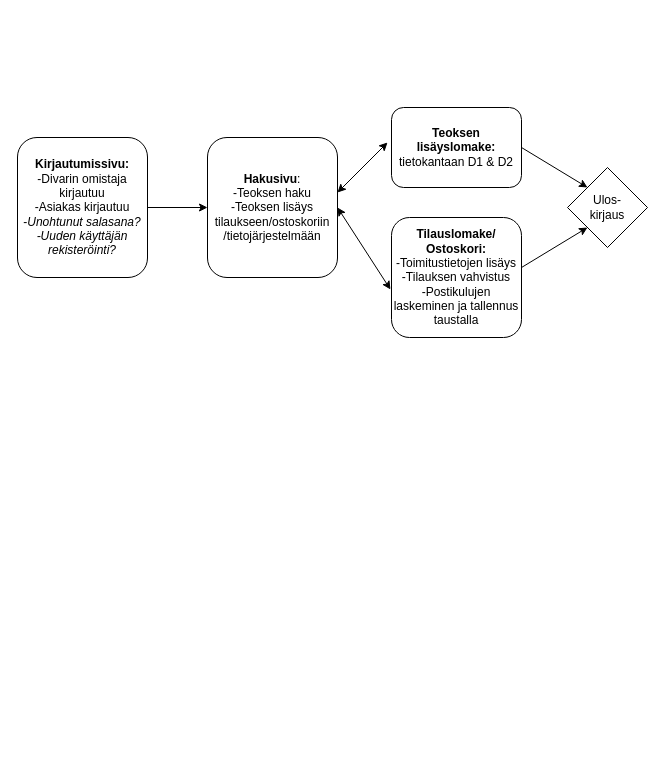
Above: nakymakaavio.drawio in Koozu1/tietokantaohjelmointi (draw.io), before the change. Source tidied: cells renumbered, new cells numbered last; positions are measured from the earlier drawing's top-left corner, leaving out a move shared by most shapes. Both pictures are drawn from the tidied source at 100%, with x=0, y=0 at pixel (17, 17).
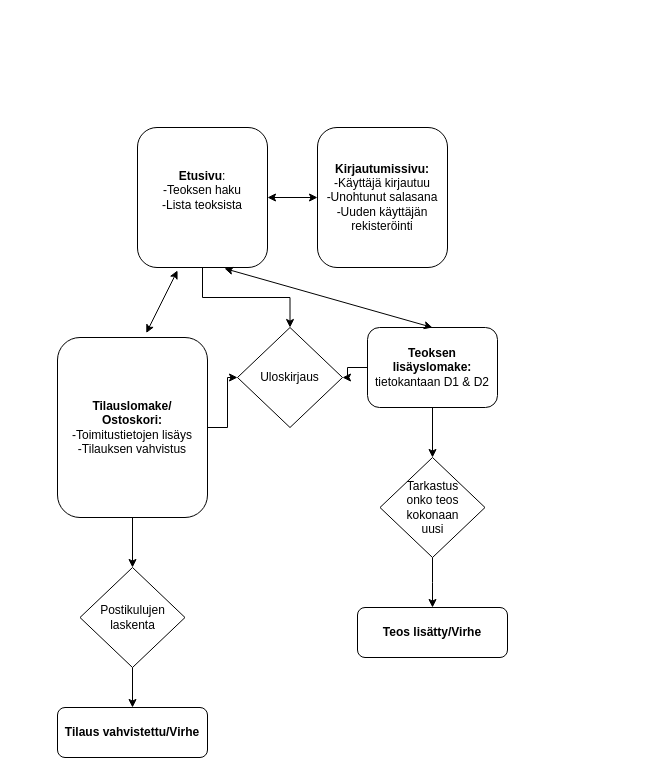
The same diagram, later.

Commit message (it also covers changes not shown here):
Näkymäkaavion päivitykset

The edit, as a diff of the source:
```diff
@@
-    <mxCell id="2" style="edgeStyle=orthogonalEdgeStyle;rounded=0;jettySize=auto;html=1;" parent="1" edge="1" source="3" target="4">
-      <mxGeometry relative="1" as="geometry" />
-    </mxCell>
-    <mxCell id="3" value="&lt;b&gt;Kirjautumissivu:&lt;/b&gt;&lt;div&gt;-Divarin omistaja kirjautuu&lt;/div&gt;&lt;div&gt;-Asiakas kirjautuu&lt;/div&gt;&lt;div&gt;-&lt;i&gt;Unohtunut salasana?&lt;/i&gt;&lt;/div&gt;&lt;div&gt;&lt;i&gt;-Uuden käyttäjän rekisteröinti?&lt;/i&gt;&lt;/div&gt;" style="rounded=1;whiteSpace=wrap;html=1;" parent="1" vertex="1">
-      <mxGeometry y="120" width="130" height="140" as="geometry" />
+    <mxCell id="3" value="&lt;b&gt;Kirjautumissivu:&lt;/b&gt;&lt;div&gt;&lt;span style=&quot;background-color: transparent; color: light-dark(rgb(0, 0, 0), rgb(255, 255, 255));&quot;&gt;-Käyttäjä kirjautuu&lt;/span&gt;&lt;/div&gt;&lt;div&gt;-Unohtunut salasana&lt;/div&gt;&lt;div&gt;-Uuden käyttäjän rekisteröinti&lt;/div&gt;" style="rounded=1;whiteSpace=wrap;html=1;" parent="1" vertex="1">
+      <mxGeometry x="300" y="110" width="130" height="140" as="geometry" />
     </mxCell>
+    <mxCell id="13" style="edgeStyle=orthogonalEdgeStyle;rounded=0;jettySize=auto;html=1;" parent="1" edge="1" source="4" target="26">
+      <mxGeometry relative="1" as="geometry" />
+    </mxCell>
-    <mxCell id="4" value="&lt;b&gt;Hakusivu&lt;/b&gt;:&lt;div&gt;-Teoksen haku&lt;/div&gt;&lt;div&gt;-Teoksen lisäys tilaukseen/ostoskoriin&lt;/div&gt;&lt;div&gt;/tietojärjestelmään&lt;/div&gt;" style="rounded=1;whiteSpace=wrap;html=1;" parent="1" vertex="1">
-      <mxGeometry x="190" y="120" width="130" height="140" as="geometry" />
+    <mxCell id="4" value="&lt;b&gt;Etusivu&lt;/b&gt;:&lt;div&gt;-Teoksen haku&lt;/div&gt;&lt;div&gt;-Lista teoksista&lt;/div&gt;&lt;div&gt;&lt;br&gt;&lt;/div&gt;" style="rounded=1;whiteSpace=wrap;html=1;" parent="1" vertex="1">
+      <mxGeometry x="120" y="110" width="130" height="140" as="geometry" />
     </mxCell>
+    <mxCell id="14" style="edgeStyle=orthogonalEdgeStyle;rounded=0;jettySize=auto;html=1;" parent="1" edge="1" source="5" target="22">
+      <mxGeometry relative="1" as="geometry" />
+    </mxCell>
-    <mxCell id="5" value="Ulos-&lt;div&gt;kirjaus&lt;/div&gt;" style="rhombus;whiteSpace=wrap;html=1;" parent="1" vertex="1">
-      <mxGeometry x="550" y="150" width="80" height="80" as="geometry" />
+    <mxCell id="5" value="Postikulujen laskenta" style="rhombus;whiteSpace=wrap;html=1;" parent="1" vertex="1">
+      <mxGeometry x="62.5" y="550" width="105" height="100" as="geometry" />
     </mxCell>
-    <mxCell id="6" style="group;" parent="1" vertex="1">
-      <mxGeometry x="374" width="140" height="320" as="geometry" />
-    </mxCell>
+    <mxCell id="15" style="edgeStyle=orthogonalEdgeStyle;rounded=0;jettySize=auto;html=1;" parent="1" edge="1" source="7" target="5">
+      <mxGeometry relative="1" as="geometry" />
+    </mxCell>
+    <mxCell id="16" style="edgeStyle=orthogonalEdgeStyle;rounded=0;jettySize=auto;html=1;" parent="1" edge="1" source="7" target="26">
+      <mxGeometry relative="1" as="geometry" />
+    </mxCell>
-    <mxCell id="7" value="&lt;b&gt;Tilauslomake/&lt;/b&gt;&lt;div&gt;&lt;b&gt;Ostoskori:&lt;/b&gt;&lt;/div&gt;&lt;div&gt;-Toimitustietojen lisäys&lt;/div&gt;&lt;div&gt;-Tilauksen vahvistus&lt;/div&gt;&lt;div&gt;-Postikulujen laskeminen ja tallennus taustalla&lt;/div&gt;" style="rounded=1;whiteSpace=wrap;html=1;" parent="6" vertex="1">
-      <mxGeometry y="200" width="130" height="120" as="geometry" />
+    <mxCell id="7" value="&lt;b&gt;Tilauslomake/&lt;/b&gt;&lt;div&gt;&lt;b&gt;Ostoskori:&lt;/b&gt;&lt;/div&gt;&lt;div&gt;-Toimitustietojen lisäys&lt;/div&gt;&lt;div&gt;-Tilauksen vahvistus&lt;/div&gt;" style="rounded=1;whiteSpace=wrap;html=1;" parent="1" vertex="1">
+      <mxGeometry x="40" y="320" width="150" height="180" as="geometry" />
     </mxCell>
+    <mxCell id="17" style="edgeStyle=orthogonalEdgeStyle;rounded=0;jettySize=auto;html=1;" parent="1" edge="1" source="8" target="24">
+      <mxGeometry relative="1" as="geometry" />
+    </mxCell>
+    <mxCell id="18" style="edgeStyle=orthogonalEdgeStyle;rounded=0;jettySize=auto;html=1;" parent="1" edge="1" source="8" target="26">
+      <mxGeometry relative="1" as="geometry" />
+    </mxCell>
-    <mxCell id="8" value="&lt;b&gt;Teoksen lisäyslomake:&lt;/b&gt;&lt;div&gt;tietokantaan D1 &amp;amp; D2&lt;/div&gt;" style="rounded=1;whiteSpace=wrap;html=1;" parent="6" vertex="1">
-      <mxGeometry y="90" width="130" height="80" as="geometry" />
+    <mxCell id="8" value="&lt;b&gt;Teoksen lisäyslomake:&lt;/b&gt;&lt;div&gt;tietokantaan D1 &amp;amp; D2&lt;/div&gt;" style="rounded=1;whiteSpace=wrap;html=1;" parent="1" vertex="1">
+      <mxGeometry x="350" y="310" width="130" height="80" as="geometry" />
     </mxCell>
-    <mxCell id="9" style="endArrow=classic;html=1;rounded=0;entryX=0;entryY=0;entryDx=0;entryDy=0;" parent="6" edge="1" target="5">
-      <mxGeometry relative="1" as="geometry">
-        <mxPoint x="130" y="130" as="sourcePoint" />
-      </mxGeometry>
-    </mxCell>
-    <mxCell id="10" style="endArrow=classic;html=1;rounded=0;entryX=0;entryY=1;entryDx=0;entryDy=0;" parent="6" edge="1" target="5">
-      <mxGeometry relative="1" as="geometry">
-        <mxPoint x="130" y="250" as="sourcePoint" />
-      </mxGeometry>
-    </mxCell>
-    <mxCell id="11" style="endArrow=classic;startArrow=classic;html=1;rounded=0;" parent="1" edge="1">
-      <mxGeometry relative="1" as="geometry">
-        <mxPoint x="320" y="175" as="sourcePoint" />
-        <mxPoint x="370" y="125" as="targetPoint" />
-      </mxGeometry>
-    </mxCell>
-    <mxCell id="12" style="endArrow=classic;startArrow=classic;html=1;rounded=0;exitX=1;exitY=0.5;exitDx=0;exitDy=0;entryX=-0.008;entryY=0.6;entryDx=0;entryDy=0;entryPerimeter=0;" parent="1" edge="1" source="4" target="7">
-      <mxGeometry relative="1" as="geometry" />
-    </mxCell>
+    <mxCell id="19" style="endArrow=classic;startArrow=classic;html=1;rounded=0;entryX=0;entryY=0.5;entryDx=0;entryDy=0;exitX=1;exitY=0.5;exitDx=0;exitDy=0;" parent="1" edge="1" source="4" target="3">
+      <mxGeometry relative="1" as="geometry" />
+    </mxCell>
+    <mxCell id="20" style="endArrow=classic;startArrow=classic;html=1;rounded=0;entryX=0.669;entryY=1.007;entryDx=0;entryDy=0;entryPerimeter=0;exitX=0.5;exitY=0;exitDx=0;exitDy=0;" parent="1" edge="1" source="8" target="4">
+      <mxGeometry relative="1" as="geometry" />
+    </mxCell>
+    <mxCell id="21" style="endArrow=classic;startArrow=classic;html=1;rounded=0;entryX=0.308;entryY=1.021;entryDx=0;entryDy=0;entryPerimeter=0;exitX=0.592;exitY=-0.025;exitDx=0;exitDy=0;exitPerimeter=0;" parent="1" edge="1" source="7" target="4">
+      <mxGeometry relative="1" as="geometry" />
+    </mxCell>
+    <mxCell id="22" value="&lt;b&gt;Tilaus vahvistettu/Virhe&lt;/b&gt;" style="rounded=1;whiteSpace=wrap;html=1;" parent="1" vertex="1">
+      <mxGeometry x="40" y="690" width="150" height="50" as="geometry" />
+    </mxCell>
+    <mxCell id="23" style="edgeStyle=orthogonalEdgeStyle;rounded=0;jettySize=auto;html=1;" parent="1" edge="1" source="24">
+      <mxGeometry relative="1" as="geometry">
+        <mxPoint x="415" y="590" as="targetPoint" />
+      </mxGeometry>
+    </mxCell>
+    <mxCell id="24" value="Tarkastus&lt;div&gt;onko teos kokonaan&lt;/div&gt;&lt;div&gt;uusi&lt;/div&gt;" style="rhombus;whiteSpace=wrap;html=1;" parent="1" vertex="1">
+      <mxGeometry x="362.5" y="440" width="105" height="100" as="geometry" />
+    </mxCell>
+    <mxCell id="25" value="&lt;b&gt;Teos lisätty/Virhe&lt;/b&gt;" style="rounded=1;whiteSpace=wrap;html=1;" parent="1" vertex="1">
+      <mxGeometry x="340" y="590" width="150" height="50" as="geometry" />
+    </mxCell>
+    <mxCell id="26" value="Uloskirjaus" style="rhombus;whiteSpace=wrap;html=1;" parent="1" vertex="1">
+      <mxGeometry x="220" y="310" width="105" height="100" as="geometry" />
+    </mxCell>
```
